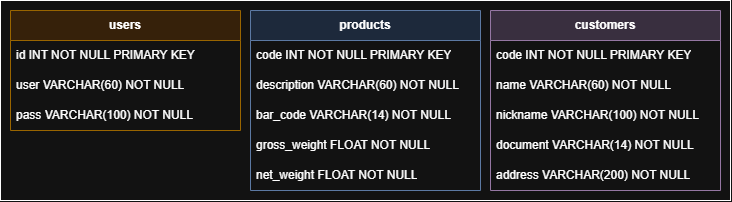
gabriel-cheng/softline-challenge keeps this draw.io diagram as docs/images/database-model.png. Above is the earlier version. Source tidied: cells renumbered, new cells last; positions are measured from the earlier drawing's top-left corner, leaving out a move shared by most shapes. Source of this version:
```xml
<mxGraphModel>
  <root>
    <mxCell id="0" />
    <mxCell id="1" parent="0" />
    <mxCell id="2" style="group;" parent="1" vertex="1">
      <mxGeometry width="730" height="200" as="geometry" />
    </mxCell>
    <mxCell id="3" style="rounded=0;whiteSpace=wrap;html=1;" parent="2" vertex="1">
      <mxGeometry width="730" height="200" as="geometry" />
    </mxCell>
    <mxCell id="4" value="&lt;b&gt;users&lt;/b&gt;" style="swimlane;fontStyle=0;horizontal=1;startSize=30;whiteSpace=wrap;html=1;fillColor=#ffe6cc;strokeColor=#d79b00;" parent="2" vertex="1">
      <mxGeometry x="10" y="10" width="230" height="120" as="geometry" />
    </mxCell>
    <mxCell id="5" value="id INT NOT NULL PRIMARY KEY" style="text;strokeColor=none;fillColor=none;align=left;verticalAlign=middle;spacingLeft=4;spacingRight=4;overflow=hidden;whiteSpace=wrap;html=1;" parent="4" vertex="1">
      <mxGeometry y="30" width="230" height="30" as="geometry" />
    </mxCell>
    <mxCell id="6" value="user VARCHAR(60) NOT NULL" style="text;strokeColor=none;fillColor=none;align=left;verticalAlign=middle;spacingLeft=4;spacingRight=4;overflow=hidden;whiteSpace=wrap;html=1;" parent="4" vertex="1">
      <mxGeometry y="60" width="230" height="30" as="geometry" />
    </mxCell>
    <mxCell id="7" value="pass VARCHAR(100) NOT NULL" style="text;strokeColor=none;fillColor=none;align=left;verticalAlign=middle;spacingLeft=4;spacingRight=4;overflow=hidden;whiteSpace=wrap;html=1;" parent="4" vertex="1">
      <mxGeometry y="90" width="230" height="30" as="geometry" />
    </mxCell>
    <mxCell id="8" value="&lt;b&gt;products&lt;/b&gt;" style="swimlane;fontStyle=0;horizontal=1;startSize=30;whiteSpace=wrap;html=1;fillColor=#dae8fc;strokeColor=#6c8ebf;" parent="2" vertex="1">
      <mxGeometry x="250" y="10" width="230" height="180" as="geometry" />
    </mxCell>
    <mxCell id="9" value="code INT NOT NULL PRIMARY KEY" style="text;strokeColor=none;fillColor=none;align=left;verticalAlign=middle;spacingLeft=4;spacingRight=4;overflow=hidden;whiteSpace=wrap;html=1;" parent="8" vertex="1">
      <mxGeometry y="30" width="230" height="30" as="geometry" />
    </mxCell>
    <mxCell id="10" value="description VARCHAR(60) NOT NULL" style="text;strokeColor=none;fillColor=none;align=left;verticalAlign=middle;spacingLeft=4;spacingRight=4;overflow=hidden;whiteSpace=wrap;html=1;" parent="8" vertex="1">
      <mxGeometry y="60" width="230" height="30" as="geometry" />
    </mxCell>
    <mxCell id="11" value="bar_code VARCHAR(14) NOT NULL" style="text;strokeColor=none;fillColor=none;align=left;verticalAlign=middle;spacingLeft=4;spacingRight=4;overflow=hidden;whiteSpace=wrap;html=1;" parent="8" vertex="1">
      <mxGeometry y="90" width="230" height="30" as="geometry" />
    </mxCell>
    <mxCell id="12" value="gross_weight FLOAT NOT NULL" style="text;strokeColor=none;fillColor=none;align=left;verticalAlign=middle;spacingLeft=4;spacingRight=4;overflow=hidden;whiteSpace=wrap;html=1;" parent="8" vertex="1">
      <mxGeometry y="120" width="230" height="30" as="geometry" />
    </mxCell>
    <mxCell id="13" value="net_weight FLOAT NOT NULL" style="text;strokeColor=none;fillColor=none;align=left;verticalAlign=middle;spacingLeft=4;spacingRight=4;overflow=hidden;whiteSpace=wrap;html=1;" parent="8" vertex="1">
      <mxGeometry y="150" width="230" height="30" as="geometry" />
    </mxCell>
    <mxCell id="14" value="&lt;b&gt;customers&lt;/b&gt;" style="swimlane;fontStyle=0;horizontal=1;startSize=30;whiteSpace=wrap;html=1;fillColor=#e1d5e7;strokeColor=#9673a6;" parent="2" vertex="1">
      <mxGeometry x="490" y="10" width="230" height="180" as="geometry" />
    </mxCell>
    <mxCell id="15" value="code INT NOT NULL PRIMARY KEY" style="text;strokeColor=none;fillColor=none;align=left;verticalAlign=middle;spacingLeft=4;spacingRight=4;overflow=hidden;whiteSpace=wrap;html=1;" parent="14" vertex="1">
      <mxGeometry y="30" width="230" height="30" as="geometry" />
    </mxCell>
    <mxCell id="16" value="name VARCHAR(60) NOT NULL" style="text;strokeColor=none;fillColor=none;align=left;verticalAlign=middle;spacingLeft=4;spacingRight=4;overflow=hidden;whiteSpace=wrap;html=1;" parent="14" vertex="1">
      <mxGeometry y="60" width="230" height="30" as="geometry" />
    </mxCell>
    <mxCell id="17" value="nickname VARCHAR(100) NOT NULL" style="text;strokeColor=none;fillColor=none;align=left;verticalAlign=middle;spacingLeft=4;spacingRight=4;overflow=hidden;whiteSpace=wrap;html=1;" parent="14" vertex="1">
      <mxGeometry y="90" width="230" height="30" as="geometry" />
    </mxCell>
    <mxCell id="18" value="document VARCHAR(14) NOT NULL" style="text;strokeColor=none;fillColor=none;align=left;verticalAlign=middle;spacingLeft=4;spacingRight=4;overflow=hidden;whiteSpace=wrap;html=1;" parent="14" vertex="1">
      <mxGeometry y="120" width="230" height="30" as="geometry" />
    </mxCell>
    <mxCell id="19" value="address VARCHAR(200) NOT NULL" style="text;strokeColor=none;fillColor=none;align=left;verticalAlign=middle;spacingLeft=4;spacingRight=4;overflow=hidden;whiteSpace=wrap;html=1;" parent="14" vertex="1">
      <mxGeometry y="150" width="230" height="30" as="geometry" />
    </mxCell>
  </root>
</mxGraphModel>
```
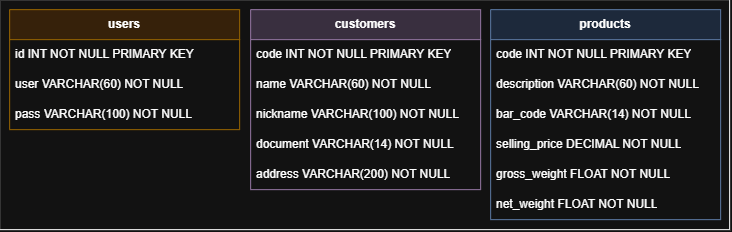
Later version of the same file.

What changed in the source:
```diff
@@ -3,10 +3,10 @@
     <mxCell id="0" />
     <mxCell id="1" parent="0" />
     <mxCell id="2" style="group;" parent="1" vertex="1">
-      <mxGeometry width="730" height="200" as="geometry" />
+      <mxGeometry width="730" height="230" as="geometry" />
     </mxCell>
     <mxCell id="3" style="rounded=0;whiteSpace=wrap;html=1;" parent="2" vertex="1">
-      <mxGeometry width="730" height="200" as="geometry" />
+      <mxGeometry width="730" height="230" as="geometry" />
     </mxCell>
     <mxCell id="4" value="&lt;b&gt;users&lt;/b&gt;" style="swimlane;fontStyle=0;horizontal=1;startSize=30;whiteSpace=wrap;html=1;fillColor=#ffe6cc;strokeColor=#d79b00;" parent="2" vertex="1">
       <mxGeometry x="10" y="10" width="230" height="120" as="geometry" />
@@ -21,7 +21,7 @@
       <mxGeometry y="90" width="230" height="30" as="geometry" />
     </mxCell>
     <mxCell id="8" value="&lt;b&gt;products&lt;/b&gt;" style="swimlane;fontStyle=0;horizontal=1;startSize=30;whiteSpace=wrap;html=1;fillColor=#dae8fc;strokeColor=#6c8ebf;" parent="2" vertex="1">
-      <mxGeometry x="250" y="10" width="230" height="180" as="geometry" />
+      <mxGeometry x="491" y="10" width="230" height="210" as="geometry" />
     </mxCell>
     <mxCell id="9" value="code INT NOT NULL PRIMARY KEY" style="text;strokeColor=none;fillColor=none;align=left;verticalAlign=middle;spacingLeft=4;spacingRight=4;overflow=hidden;whiteSpace=wrap;html=1;" parent="8" vertex="1">
       <mxGeometry y="30" width="230" height="30" as="geometry" />
@@ -32,29 +32,32 @@
     <mxCell id="11" value="bar_code VARCHAR(14) NOT NULL" style="text;strokeColor=none;fillColor=none;align=left;verticalAlign=middle;spacingLeft=4;spacingRight=4;overflow=hidden;whiteSpace=wrap;html=1;" parent="8" vertex="1">
       <mxGeometry y="90" width="230" height="30" as="geometry" />
     </mxCell>
-    <mxCell id="12" value="gross_weight FLOAT NOT NULL" style="text;strokeColor=none;fillColor=none;align=left;verticalAlign=middle;spacingLeft=4;spacingRight=4;overflow=hidden;whiteSpace=wrap;html=1;" parent="8" vertex="1">
+    <mxCell id="12" value="selling_price DECIMAL NOT NULL" style="text;strokeColor=none;fillColor=none;align=left;verticalAlign=middle;spacingLeft=4;spacingRight=4;overflow=hidden;whiteSpace=wrap;html=1;" parent="8" vertex="1">
       <mxGeometry y="120" width="230" height="30" as="geometry" />
     </mxCell>
-    <mxCell id="13" value="net_weight FLOAT NOT NULL" style="text;strokeColor=none;fillColor=none;align=left;verticalAlign=middle;spacingLeft=4;spacingRight=4;overflow=hidden;whiteSpace=wrap;html=1;" parent="8" vertex="1">
+    <mxCell id="13" value="gross_weight FLOAT NOT NULL" style="text;strokeColor=none;fillColor=none;align=left;verticalAlign=middle;spacingLeft=4;spacingRight=4;overflow=hidden;whiteSpace=wrap;html=1;" parent="8" vertex="1">
       <mxGeometry y="150" width="230" height="30" as="geometry" />
     </mxCell>
-    <mxCell id="14" value="&lt;b&gt;customers&lt;/b&gt;" style="swimlane;fontStyle=0;horizontal=1;startSize=30;whiteSpace=wrap;html=1;fillColor=#e1d5e7;strokeColor=#9673a6;" parent="2" vertex="1">
-      <mxGeometry x="490" y="10" width="230" height="180" as="geometry" />
+    <mxCell id="14" value="net_weight FLOAT NOT NULL" style="text;strokeColor=none;fillColor=none;align=left;verticalAlign=middle;spacingLeft=4;spacingRight=4;overflow=hidden;whiteSpace=wrap;html=1;" parent="8" vertex="1">
+      <mxGeometry y="180" width="230" height="30" as="geometry" />
     </mxCell>
-    <mxCell id="15" value="code INT NOT NULL PRIMARY KEY" style="text;strokeColor=none;fillColor=none;align=left;verticalAlign=middle;spacingLeft=4;spacingRight=4;overflow=hidden;whiteSpace=wrap;html=1;" parent="14" vertex="1">
-      <mxGeometry y="30" width="230" height="30" as="geometry" />
+    <mxCell id="15" value="&lt;b&gt;customers&lt;/b&gt;" style="swimlane;fontStyle=0;horizontal=1;startSize=30;whiteSpace=wrap;html=1;fillColor=#e1d5e7;strokeColor=#9673a6;" parent="2" vertex="1">
+      <mxGeometry x="251" y="10" width="230" height="180" as="geometry" />
     </mxCell>
-    <mxCell id="16" value="name VARCHAR(60) NOT NULL" style="text;strokeColor=none;fillColor=none;align=left;verticalAlign=middle;spacingLeft=4;spacingRight=4;overflow=hidden;whiteSpace=wrap;html=1;" parent="14" vertex="1">
-      <mxGeometry y="60" width="230" height="30" as="geometry" />
+    <mxCell id="16" value="code INT NOT NULL PRIMARY KEY" style="text;strokeColor=none;fillColor=none;align=left;verticalAlign=middle;spacingLeft=4;spacingRight=4;overflow=hidden;whiteSpace=wrap;html=1;" parent="15" vertex="1">
+      <mxGeometry y="30" width="230" height="30" as="geometry" />
     </mxCell>
-    <mxCell id="17" value="nickname VARCHAR(100) NOT NULL" style="text;strokeColor=none;fillColor=none;align=left;verticalAlign=middle;spacingLeft=4;spacingRight=4;overflow=hidden;whiteSpace=wrap;html=1;" parent="14" vertex="1">
-      <mxGeometry y="90" width="230" height="30" as="geometry" />
+    <mxCell id="17" value="name VARCHAR(60) NOT NULL" style="text;strokeColor=none;fillColor=none;align=left;verticalAlign=middle;spacingLeft=4;spacingRight=4;overflow=hidden;whiteSpace=wrap;html=1;" parent="15" vertex="1">
+      <mxGeometry y="60" width="230" height="30" as="geometry" />
     </mxCell>
-    <mxCell id="18" value="document VARCHAR(14) NOT NULL" style="text;strokeColor=none;fillColor=none;align=left;verticalAlign=middle;spacingLeft=4;spacingRight=4;overflow=hidden;whiteSpace=wrap;html=1;" parent="14" vertex="1">
-      <mxGeometry y="120" width="230" height="30" as="geometry" />
+    <mxCell id="18" value="nickname VARCHAR(100) NOT NULL" style="text;strokeColor=none;fillColor=none;align=left;verticalAlign=middle;spacingLeft=4;spacingRight=4;overflow=hidden;whiteSpace=wrap;html=1;" parent="15" vertex="1">
+      <mxGeometry y="90" width="230" height="30" as="geometry" />
     </mxCell>
-    <mxCell id="19" value="address VARCHAR(200) NOT NULL" style="text;strokeColor=none;fillColor=none;align=left;verticalAlign=middle;spacingLeft=4;spacingRight=4;overflow=hidden;whiteSpace=wrap;html=1;" parent="14" vertex="1">
-      <mxGeometry y="150" width="230" height="30" as="geometry" />
+    <mxCell id="19" value="document VARCHAR(14) NOT NULL" style="text;strokeColor=none;fillColor=none;align=left;verticalAlign=middle;spacingLeft=4;spacingRight=4;overflow=hidden;whiteSpace=wrap;html=1;" parent="15" vertex="1">
+      <mxGeometry y="120" width="230" height="30" as="geometry" />
     </mxCell>
+    <mxCell id="20" value="address VARCHAR(200) NOT NULL" style="text;strokeColor=none;fillColor=none;align=left;verticalAlign=middle;spacingLeft=4;spacingRight=4;overflow=hidden;whiteSpace=wrap;html=1;" parent="15" vertex="1">
+      <mxGeometry y="150" width="230" height="30" as="geometry" />
+    </mxCell>
   </root>
 </mxGraphModel>
```
